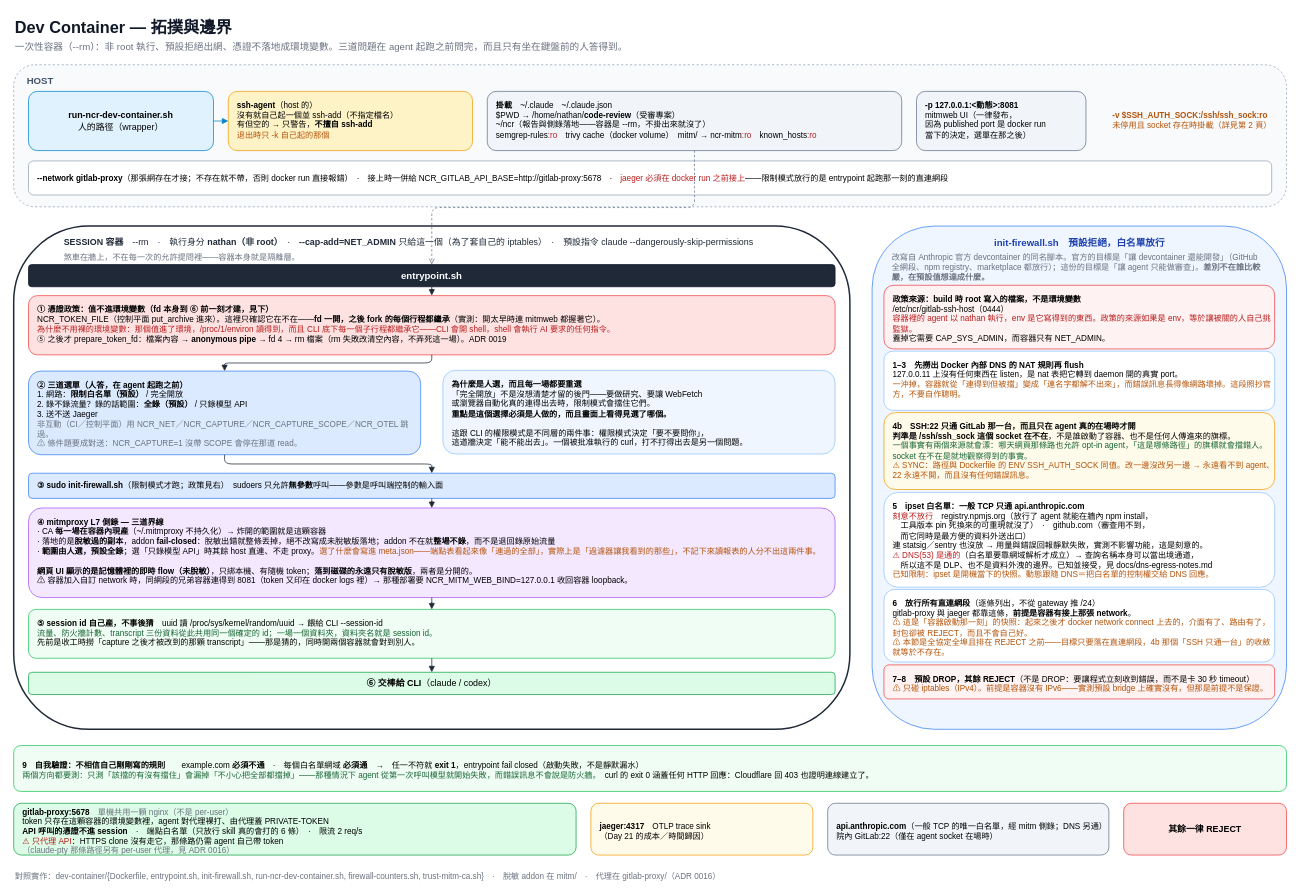
The draw.io diagram page "1. Dev Container 拓撲與邊界" (1 of 3) of docs/dev-container.drawio in nathanfhh/30-days-ironman, before the edit. Source tidied: cells renumbered, new cells numbered last; positions are measured from the earlier drawing's top-left corner, leaving out a move shared by most shapes. Both pictures are drawn from the tidied source at 74%, with x=0, y=0 at pixel (13, 13).
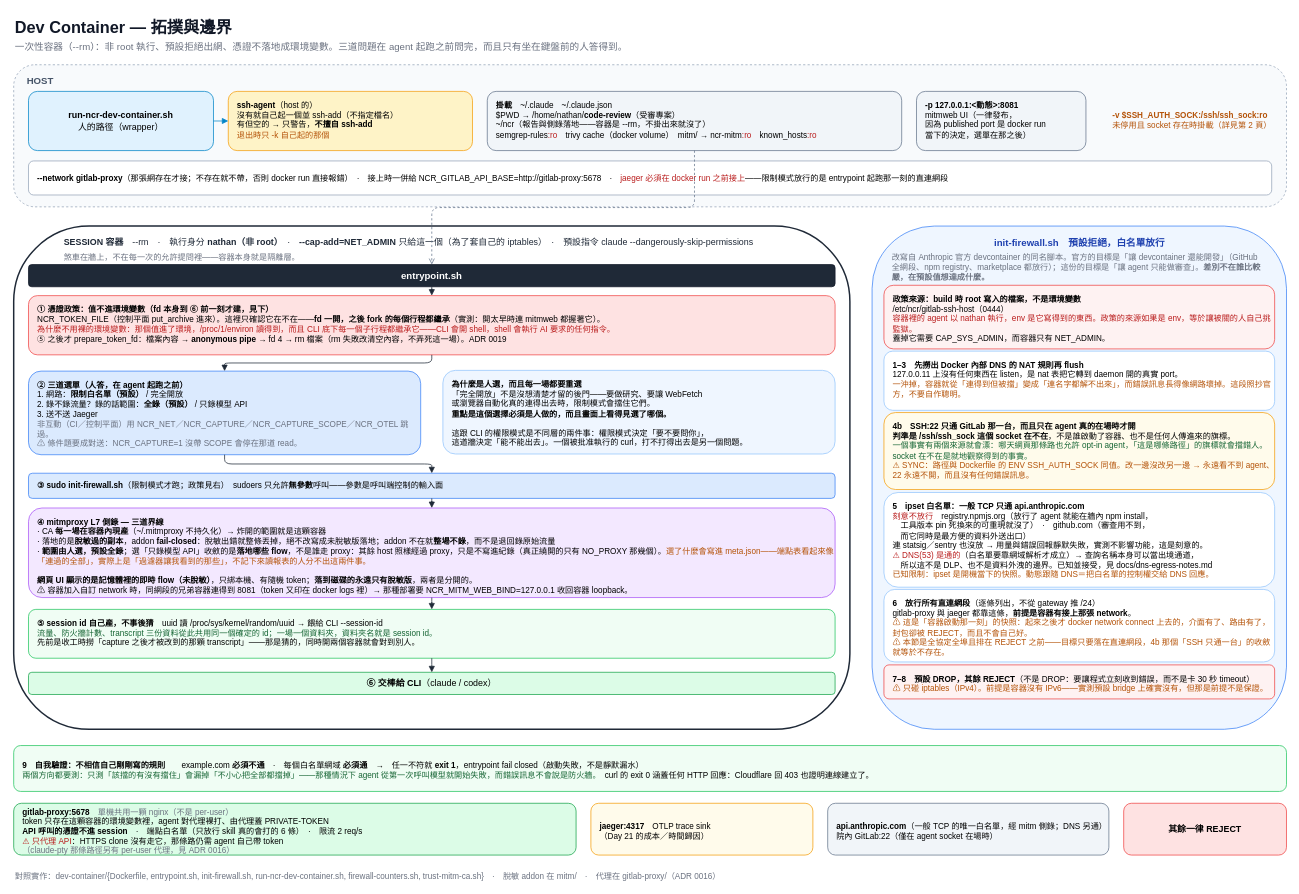
Above is the later version.

Commit message (it also covers changes not shown here):
docs(mitm): 「只錄模型 API」收斂的是落地範圍，不是誰走 proxy

Diff of the diagram source:
```diff
@@
-    <mxCell id="21" value="&lt;b&gt;④ mitmproxy L7 側錄 — 三道界線&lt;/b&gt;&#10;· CA &lt;b&gt;每一場在容器內現產&lt;/b&gt;（~/.mitmproxy 不持久化）→ 炸開的範圍就是這顆容器&#10;· 落地的是&lt;b&gt;脫敏過的副本&lt;/b&gt;，addon &lt;b&gt;fail-closed&lt;/b&gt;：脫敏出錯就整條丟掉，絕不改寫成未脫敏版落地；addon 不在就&lt;b&gt;整場不錄&lt;/b&gt;，而不是退回錄原始流量&#10;· &lt;b&gt;範圍由人選，預設全錄&lt;/b&gt;；選「只錄模型 API」時其餘 host 直連、不走 proxy。&lt;font color=&quot;#b45309&quot;&gt;選了什麼會寫進 meta.json——端點表看起來像「連過的全部」，實際上是「過濾器讓我看到的那些」，不記下來讀報表的人分不出這兩件事。&lt;/font&gt;&#10;&#10;&lt;b&gt;網頁 UI 顯示的是記憶體裡的即時 flow（未脫敏）&lt;/b&gt;，只綁本機、有隨機 token；&lt;b&gt;落到磁碟的永遠只有脫敏版&lt;/b&gt;，兩者是分開的。&#10;⚠ 容器加入自訂 network 時，同網段的兄弟容器連得到 8081（token 又印在 docker logs 裡）→ 那種部署要 NCR_MITM_WEB_BIND=127.0.0.1 收回容器 loopback。" style="rounded=1;whiteSpace=wrap;html=1;fillColor=#f3e8ff;strokeColor=#a855f7;fontSize=11;align=left;spacingLeft=10;verticalAlign=top;spacingTop=6;" parent="1" vertex="1">
+    <mxCell id="21" value="&lt;b&gt;④ mitmproxy L7 側錄 — 三道界線&lt;/b&gt;&#10;· CA &lt;b&gt;每一場在容器內現產&lt;/b&gt;（~/.mitmproxy 不持久化）→ 炸開的範圍就是這顆容器&#10;· 落地的是&lt;b&gt;脫敏過的副本&lt;/b&gt;，addon &lt;b&gt;fail-closed&lt;/b&gt;：脫敏出錯就整條丟掉，絕不改寫成未脫敏版落地；addon 不在就&lt;b&gt;整場不錄&lt;/b&gt;，而不是退回錄原始流量&#10;· &lt;b&gt;範圍由人選，預設全錄&lt;/b&gt;；選「只錄模型 API」收斂的是&lt;b&gt;落地哪些 flow&lt;/b&gt;，不是誰走 proxy：其餘 host 照樣經過 proxy，只是不寫進紀錄（真正繞開的只有 NO_PROXY 那幾個）。&lt;font color=&quot;#b45309&quot;&gt;選了什麼會寫進 meta.json——端點表看起來像「連過的全部」，實際上是「過濾器讓我看到的那些」，不記下來讀報表的人分不出這兩件事。&lt;/font&gt;&#10;&#10;&lt;b&gt;網頁 UI 顯示的是記憶體裡的即時 flow（未脫敏）&lt;/b&gt;，只綁本機、有隨機 token；&lt;b&gt;落到磁碟的永遠只有脫敏版&lt;/b&gt;，兩者是分開的。&#10;⚠ 容器加入自訂 network 時，同網段的兄弟容器連得到 8081（token 又印在 docker logs 裡）→ 那種部署要 NCR_MITM_WEB_BIND=127.0.0.1 收回容器 loopback。" style="rounded=1;whiteSpace=wrap;html=1;fillColor=#f3e8ff;strokeColor=#a855f7;fontSize=11;align=left;spacingLeft=10;verticalAlign=top;spacingTop=6;" parent="1" vertex="1">
       <mxGeometry x="20" y="669" width="1090" height="121" as="geometry" />
     </mxCell>
```
